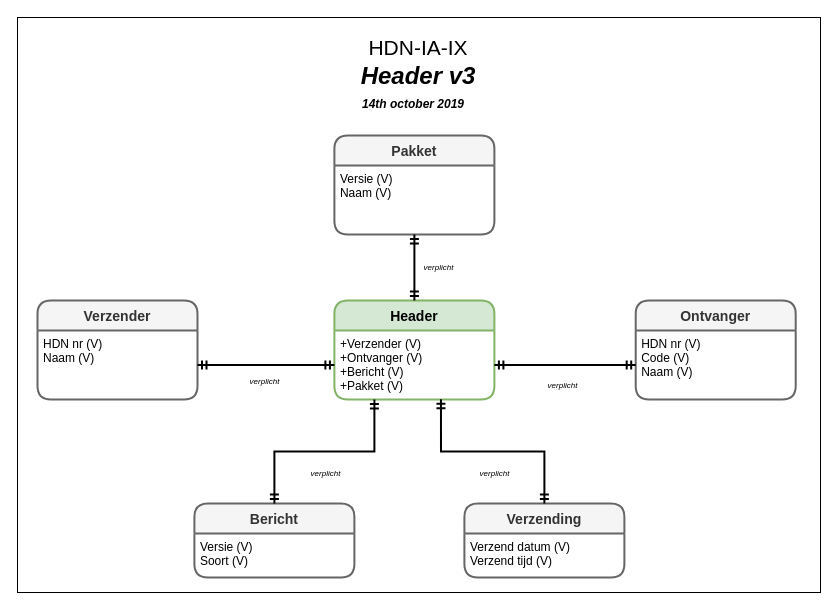
Earlier version of the draw.io diagram page "i-Header" (5 of 13) of 3rdPartyDatasharing-HDN-IA-IX.drawio (luchthandel/diagrams). Source tidied: cells renumbered, new cells numbered last; positions are measured from the earlier drawing's top-left corner, leaving out a move shared by most shapes. Both pictures are drawn from the tidied source at 100%, with x=0, y=0 at pixel (17, 17).
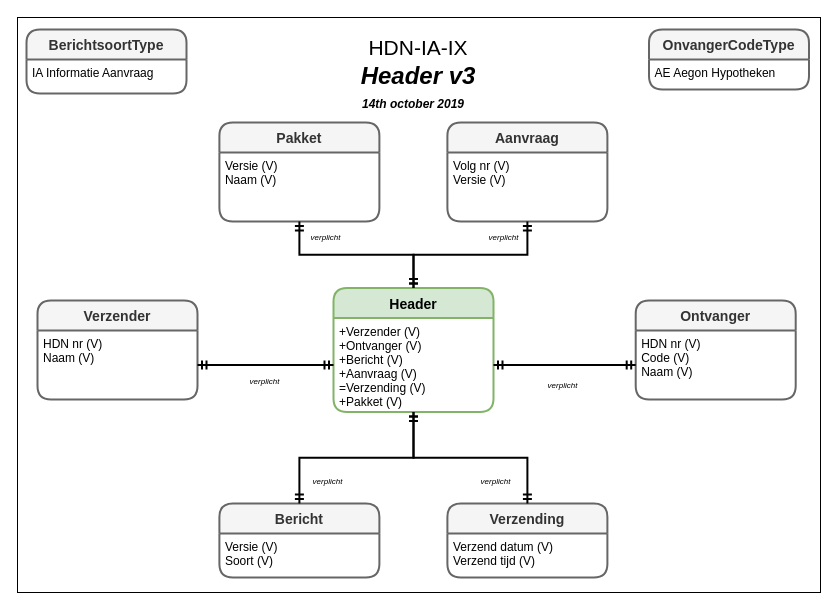
The same page after the edit.

Unchanged cells that the change refers to:
```xml
<mxCell id="10" value="Versie (V) &#10;Naam (V)" style="align=left;strokeColor=none;fillColor=none;spacingLeft=4;fontSize=12;verticalAlign=top;" parent="9" vertex="1">
  <mxGeometry y="30" width="160" height="69" as="geometry" />
</mxCell>
```

What changed in the source:
```diff
@@
     <mxCell id="7" value="Bericht" style="swimlane;horizontal=1;startSize=30;fillColor=#f5f5f5;rounded=1;fontSize=14;fontStyle=1;strokeWidth=2;shadow=0;dashed=0;align=center;strokeColor=#666666;fontColor=#333333;" parent="1" vertex="1">
-      <mxGeometry x="176.9" y="486" width="160" height="74" as="geometry" />
+      <mxGeometry x="201.9" y="486" width="160" height="74" as="geometry" />
     </mxCell>
@@
     <mxCell id="9" value="Pakket" style="swimlane;horizontal=1;startSize=30;fillColor=#f5f5f5;rounded=1;fontSize=14;fontStyle=1;strokeWidth=2;shadow=0;dashed=0;align=center;strokeColor=#666666;fontColor=#333333;" parent="1" vertex="1">
-      <mxGeometry x="316.9" y="118" width="160" height="99" as="geometry" />
+      <mxGeometry x="201.9" y="105" width="160" height="99" as="geometry" />
     </mxCell>
@@
     <mxCell id="11" value="Header" style="swimlane;horizontal=1;startSize=30;fillColor=#d5e8d4;rounded=1;fontSize=14;fontStyle=1;strokeWidth=2;shadow=0;dashed=0;align=center;strokeColor=#82b366;" parent="1" vertex="1">
-      <mxGeometry x="316.9" y="283" width="160" height="99" as="geometry" />
+      <mxGeometry x="316" y="270.5" width="160" height="124" as="geometry" />
     </mxCell>
-    <mxCell id="12" value="+Verzender (V)&#10;+Ontvanger (V)&#10;+Bericht (V)&#10;+Pakket (V)" style="align=left;strokeColor=none;fillColor=none;spacingLeft=4;fontSize=12;verticalAlign=top;" parent="11" vertex="1">
-      <mxGeometry y="30" width="160" height="69" as="geometry" />
+    <mxCell id="12" value="+Verzender (V)&#10;+Ontvanger (V)&#10;+Bericht (V)&#10;+Aanvraag (V)&#10;=Verzending (V)&#10;+Pakket (V)" style="align=left;strokeColor=none;fillColor=none;spacingLeft=4;fontSize=12;verticalAlign=top;" parent="11" vertex="1">
+      <mxGeometry y="30" width="160" height="94" as="geometry" />
     </mxCell>
@@
-    <mxCell id="18" style="rounded=0;jettySize=auto;html=1;startArrow=ERmandOne;startFill=0;endArrow=ERmandOne;endFill=0;strokeWidth=2;fontSize=8;exitX=0.25;exitY=1;exitDx=0;exitDy=0;edgeStyle=orthogonalEdgeStyle;entryX=0.5;entryY=0;entryDx=0;entryDy=0;" parent="1" edge="1" source="12" target="7">
+    <mxCell id="18" style="rounded=0;jettySize=auto;html=1;startArrow=ERmandOne;startFill=0;endArrow=ERmandOne;endFill=0;strokeWidth=2;fontSize=8;edgeStyle=orthogonalEdgeStyle;entryX=0.5;entryY=0;entryDx=0;entryDy=0;" parent="1" edge="1" source="12" target="7">
       <mxGeometry relative="1" as="geometry" />
     </mxCell>
     <mxCell id="19" value="verplicht" style="text;html=1;fontStyle=2;fontSize=8;align=center;verticalAlign=middle;" parent="1" vertex="1">
-      <mxGeometry x="257" y="433" width="102" height="45" as="geometry" />
+      <mxGeometry x="283" y="441" width="54" height="45" as="geometry" />
     </mxCell>
-    <mxCell id="20" style="rounded=0;jettySize=auto;html=1;startArrow=ERmandOne;startFill=0;endArrow=ERmandOne;endFill=0;strokeWidth=2;fontSize=8;exitX=0.5;exitY=1;exitDx=0;exitDy=0;entryX=0.5;entryY=0;entryDx=0;entryDy=0;" parent="1" edge="1" source="10" target="11">
+    <mxCell id="20" style="rounded=0;jettySize=auto;html=1;startArrow=ERmandOne;startFill=0;endArrow=ERmandOne;endFill=0;strokeWidth=2;fontSize=8;exitX=0.5;exitY=1;exitDx=0;exitDy=0;entryX=0.5;entryY=0;entryDx=0;entryDy=0;edgeStyle=orthogonalEdgeStyle;" parent="1" edge="1" source="10" target="11">
       <mxGeometry relative="1" as="geometry" />
     </mxCell>
@@
     <mxCell id="23" value="verplicht" style="text;html=1;fontStyle=2;fontSize=8;align=center;verticalAlign=middle;" parent="1" vertex="1">
-      <mxGeometry x="396" y="217" width="50" height="65" as="geometry" />
+      <mxGeometry x="283" y="204" width="50" height="31" as="geometry" />
     </mxCell>
     <mxCell id="24" value="Verzending" style="swimlane;horizontal=1;startSize=30;fillColor=#f5f5f5;rounded=1;fontSize=14;fontStyle=1;strokeWidth=2;shadow=0;dashed=0;align=center;strokeColor=#666666;fontColor=#333333;" parent="1" vertex="1">
-      <mxGeometry x="446.9" y="486" width="160" height="74" as="geometry" />
+      <mxGeometry x="429.9" y="486" width="160" height="74" as="geometry" />
     </mxCell>
@@
-    <mxCell id="26" style="rounded=0;jettySize=auto;html=1;startArrow=ERmandOne;startFill=0;endArrow=ERmandOne;endFill=0;strokeWidth=2;fontSize=8;exitX=0.666;exitY=0.996;exitDx=0;exitDy=0;edgeStyle=orthogonalEdgeStyle;entryX=0.5;entryY=0;entryDx=0;entryDy=0;exitPerimeter=0;" parent="1" edge="1" source="12" target="24">
+    <mxCell id="26" style="rounded=0;jettySize=auto;html=1;startArrow=ERmandOne;startFill=0;endArrow=ERmandOne;endFill=0;strokeWidth=2;fontSize=8;exitX=0.5;exitY=1;exitDx=0;exitDy=0;edgeStyle=orthogonalEdgeStyle;entryX=0.5;entryY=0;entryDx=0;entryDy=0;" parent="1" edge="1" source="12" target="24">
       <mxGeometry relative="1" as="geometry" />
     </mxCell>
     <mxCell id="27" value="verplicht" style="text;html=1;fontStyle=2;fontSize=8;align=center;verticalAlign=middle;" parent="1" vertex="1">
-      <mxGeometry x="426" y="433" width="102" height="45" as="geometry" />
+      <mxGeometry x="445" y="441" width="65" height="45" as="geometry" />
     </mxCell>
+    <mxCell id="28" value="Aanvraag" style="swimlane;horizontal=1;startSize=30;fillColor=#f5f5f5;rounded=1;fontSize=14;fontStyle=1;strokeWidth=2;shadow=0;dashed=0;align=center;strokeColor=#666666;fontColor=#333333;" parent="1" vertex="1">
+      <mxGeometry x="429.9" y="105" width="160" height="99" as="geometry" />
+    </mxCell>
+    <mxCell id="29" value="Volg nr (V) &#10;Versie (V)" style="align=left;strokeColor=none;fillColor=none;spacingLeft=4;fontSize=12;verticalAlign=top;" parent="28" vertex="1">
+      <mxGeometry y="30" width="160" height="69" as="geometry" />
+    </mxCell>
+    <mxCell id="30" style="rounded=0;jettySize=auto;html=1;startArrow=ERmandOne;startFill=0;endArrow=ERmandOne;endFill=0;strokeWidth=2;fontSize=8;exitX=0.5;exitY=1;exitDx=0;exitDy=0;entryX=0.5;entryY=0;entryDx=0;entryDy=0;edgeStyle=orthogonalEdgeStyle;" parent="1" edge="1" source="29" target="11">
+      <mxGeometry relative="1" as="geometry" />
+    </mxCell>
+    <mxCell id="31" value="verplicht" style="text;html=1;fontStyle=2;fontSize=8;align=center;verticalAlign=middle;" parent="1" vertex="1">
+      <mxGeometry x="461" y="204" width="50" height="31" as="geometry" />
+    </mxCell>
+    <mxCell id="32" value="BerichtsoortType" style="swimlane;horizontal=1;startSize=30;fillColor=#f5f5f5;rounded=1;fontSize=14;fontStyle=1;strokeWidth=2;shadow=0;dashed=0;align=center;strokeColor=#666666;fontColor=#333333;" parent="1" vertex="1">
+      <mxGeometry x="9" y="12" width="160" height="64" as="geometry" />
+    </mxCell>
+    <mxCell id="33" value="IA Informatie Aanvraag" style="align=left;strokeColor=none;fillColor=none;spacingLeft=4;fontSize=12;verticalAlign=top;" parent="32" vertex="1">
+      <mxGeometry y="30" width="160" height="34" as="geometry" />
+    </mxCell>
+    <mxCell id="34" value="OnvangerCodeType" style="swimlane;horizontal=1;startSize=30;fillColor=#f5f5f5;rounded=1;fontSize=14;fontStyle=1;strokeWidth=2;shadow=0;dashed=0;align=center;strokeColor=#666666;fontColor=#333333;" parent="1" vertex="1">
+      <mxGeometry x="631.5" y="12" width="160" height="60" as="geometry" />
+    </mxCell>
+    <mxCell id="35" value="AE Aegon Hypotheken" style="align=left;strokeColor=none;fillColor=none;spacingLeft=4;fontSize=12;verticalAlign=top;" parent="34" vertex="1">
+      <mxGeometry y="30" width="160" height="30" as="geometry" />
+    </mxCell>
```
